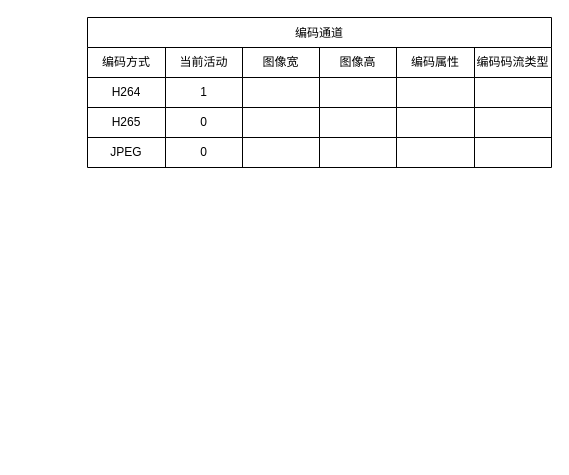
Above: mc6630_venc.drawio in chendong-2023/cmd (draw.io), before the change. Source tidied: cells renumbered, new cells numbered last; positions are measured from the earlier drawing's top-left corner, leaving out a move shared by most shapes. Both pictures are drawn from the tidied source at 100%, with x=0, y=0 at pixel (87, 17).
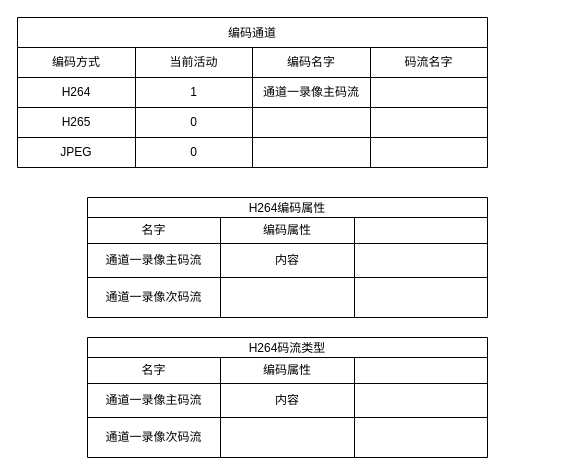
The same diagram, later.

Commit message (it also covers changes not shown here):
更新mc6630_venc

The edit, as a diff of the source:
```diff
@@
     <mxCell id="3" value="编码通道" style="shape=table;startSize=30;childLayout=tableLayout;" parent="1" vertex="1">
-      <mxGeometry width="464" height="150" as="geometry" />
+      <mxGeometry x="-70" width="470" height="150" as="geometry" />
     </mxCell>
     <mxCell id="4" style="shape=tableRow;horizontal=0;startSize=0;swimlaneHead=0;swimlaneBody=0;strokeColor=inherit;top=0;left=0;bottom=0;right=0;fillColor=none;" parent="3" vertex="1">
-      <mxGeometry y="30" width="464" height="30" as="geometry" />
+      <mxGeometry y="30" width="470" height="30" as="geometry" />
     </mxCell>
     <mxCell id="5" value="编码方式" style="shape=partialRectangle;html=1;whiteSpace=wrap;strokeColor=inherit;overflow=hidden;fillColor=none;top=0;left=0;bottom=0;right=0;" parent="4" vertex="1">
-      <mxGeometry width="78" height="30" as="geometry" />
+      <mxGeometry width="118" height="30" as="geometry" />
     </mxCell>
     <mxCell id="6" value="当前活动" style="shape=partialRectangle;html=1;whiteSpace=wrap;strokeColor=inherit;overflow=hidden;fillColor=none;top=0;left=0;bottom=0;right=0;" parent="4" vertex="1">
-      <mxGeometry x="78" width="77" height="30" as="geometry" />
+      <mxGeometry x="118" width="117" height="30" as="geometry" />
     </mxCell>
-    <mxCell id="7" value="图像宽" style="shape=partialRectangle;html=1;whiteSpace=wrap;strokeColor=inherit;overflow=hidden;fillColor=none;top=0;left=0;bottom=0;right=0;" parent="4" vertex="1">
-      <mxGeometry x="155" width="77" height="30" as="geometry" />
-    </mxCell>
-    <mxCell id="8" value="图像高" style="shape=partialRectangle;html=1;whiteSpace=wrap;strokeColor=inherit;overflow=hidden;fillColor=none;top=0;left=0;bottom=0;right=0;" parent="4" vertex="1">
-      <mxGeometry x="232" width="77" height="30" as="geometry" />
-    </mxCell>
-    <mxCell id="9" value="编码属性" style="shape=partialRectangle;html=1;whiteSpace=wrap;strokeColor=inherit;overflow=hidden;fillColor=none;top=0;left=0;bottom=0;right=0;" parent="4" vertex="1">
-      <mxGeometry x="309" width="78" height="30" as="geometry" />
+    <mxCell id="9" value="编码名字" style="shape=partialRectangle;html=1;whiteSpace=wrap;strokeColor=inherit;overflow=hidden;fillColor=none;top=0;left=0;bottom=0;right=0;" parent="4" vertex="1">
+      <mxGeometry x="235" width="118" height="30" as="geometry" />
     </mxCell>
-    <mxCell id="10" value="编码码流类型" style="shape=partialRectangle;html=1;whiteSpace=wrap;strokeColor=inherit;overflow=hidden;fillColor=none;top=0;left=0;bottom=0;right=0;" parent="4" vertex="1">
-      <mxGeometry x="387" width="77" height="30" as="geometry" />
+    <mxCell id="10" value="码流名字" style="shape=partialRectangle;html=1;whiteSpace=wrap;strokeColor=inherit;overflow=hidden;fillColor=none;top=0;left=0;bottom=0;right=0;" parent="4" vertex="1">
+      <mxGeometry x="353" width="117" height="30" as="geometry" />
     </mxCell>
     <mxCell id="11" style="shape=tableRow;horizontal=0;startSize=0;swimlaneHead=0;swimlaneBody=0;strokeColor=inherit;top=0;left=0;bottom=0;right=0;fillColor=none;" parent="3" vertex="1">
-      <mxGeometry y="60" width="464" height="30" as="geometry" />
+      <mxGeometry y="60" width="470" height="30" as="geometry" />
     </mxCell>
     <mxCell id="12" value="H264" style="shape=partialRectangle;html=1;whiteSpace=wrap;strokeColor=inherit;overflow=hidden;fillColor=none;top=0;left=0;bottom=0;right=0;" parent="11" vertex="1">
-      <mxGeometry width="78" height="30" as="geometry" />
+      <mxGeometry width="118" height="30" as="geometry" />
     </mxCell>
     <mxCell id="13" value="1" style="shape=partialRectangle;html=1;whiteSpace=wrap;strokeColor=inherit;overflow=hidden;fillColor=none;top=0;left=0;bottom=0;right=0;" parent="11" vertex="1">
-      <mxGeometry x="78" width="77" height="30" as="geometry" />
+      <mxGeometry x="118" width="117" height="30" as="geometry" />
     </mxCell>
-    <mxCell id="14" style="shape=partialRectangle;html=1;whiteSpace=wrap;strokeColor=inherit;overflow=hidden;fillColor=none;top=0;left=0;bottom=0;right=0;" parent="11" vertex="1">
-      <mxGeometry x="155" width="77" height="30" as="geometry" />
-    </mxCell>
-    <mxCell id="15" style="shape=partialRectangle;html=1;whiteSpace=wrap;strokeColor=inherit;overflow=hidden;fillColor=none;top=0;left=0;bottom=0;right=0;" parent="11" vertex="1">
-      <mxGeometry x="232" width="77" height="30" as="geometry" />
-    </mxCell>
-    <mxCell id="16" style="shape=partialRectangle;html=1;whiteSpace=wrap;strokeColor=inherit;overflow=hidden;fillColor=none;top=0;left=0;bottom=0;right=0;" parent="11" vertex="1">
-      <mxGeometry x="309" width="78" height="30" as="geometry" />
+    <mxCell id="16" value="通道一录像主码流" style="shape=partialRectangle;html=1;whiteSpace=wrap;strokeColor=inherit;overflow=hidden;fillColor=none;top=0;left=0;bottom=0;right=0;" parent="11" vertex="1">
+      <mxGeometry x="235" width="118" height="30" as="geometry" />
     </mxCell>
     <mxCell id="17" style="shape=partialRectangle;html=1;whiteSpace=wrap;strokeColor=inherit;overflow=hidden;fillColor=none;top=0;left=0;bottom=0;right=0;" parent="11" vertex="1">
-      <mxGeometry x="387" width="77" height="30" as="geometry" />
+      <mxGeometry x="353" width="117" height="30" as="geometry" />
     </mxCell>
     <mxCell id="18" style="shape=tableRow;horizontal=0;startSize=0;swimlaneHead=0;swimlaneBody=0;strokeColor=inherit;top=0;left=0;bottom=0;right=0;fillColor=none;" parent="3" vertex="1">
-      <mxGeometry y="90" width="464" height="30" as="geometry" />
+      <mxGeometry y="90" width="470" height="30" as="geometry" />
     </mxCell>
     <mxCell id="19" value="H265" style="shape=partialRectangle;html=1;whiteSpace=wrap;strokeColor=inherit;overflow=hidden;fillColor=none;top=0;left=0;bottom=0;right=0;" parent="18" vertex="1">
-      <mxGeometry width="78" height="30" as="geometry" />
+      <mxGeometry width="118" height="30" as="geometry" />
     </mxCell>
     <mxCell id="20" value="0" style="shape=partialRectangle;html=1;whiteSpace=wrap;strokeColor=inherit;overflow=hidden;fillColor=none;top=0;left=0;bottom=0;right=0;" parent="18" vertex="1">
-      <mxGeometry x="78" width="77" height="30" as="geometry" />
+      <mxGeometry x="118" width="117" height="30" as="geometry" />
     </mxCell>
-    <mxCell id="21" style="shape=partialRectangle;html=1;whiteSpace=wrap;strokeColor=inherit;overflow=hidden;fillColor=none;top=0;left=0;bottom=0;right=0;" parent="18" vertex="1">
-      <mxGeometry x="155" width="77" height="30" as="geometry" />
-    </mxCell>
-    <mxCell id="22" style="shape=partialRectangle;html=1;whiteSpace=wrap;strokeColor=inherit;overflow=hidden;fillColor=none;top=0;left=0;bottom=0;right=0;" parent="18" vertex="1">
-      <mxGeometry x="232" width="77" height="30" as="geometry" />
-    </mxCell>
     <mxCell id="23" style="shape=partialRectangle;html=1;whiteSpace=wrap;strokeColor=inherit;overflow=hidden;fillColor=none;top=0;left=0;bottom=0;right=0;" parent="18" vertex="1">
-      <mxGeometry x="309" width="78" height="30" as="geometry" />
+      <mxGeometry x="235" width="118" height="30" as="geometry" />
     </mxCell>
     <mxCell id="24" style="shape=partialRectangle;html=1;whiteSpace=wrap;strokeColor=inherit;overflow=hidden;fillColor=none;top=0;left=0;bottom=0;right=0;" parent="18" vertex="1">
-      <mxGeometry x="387" width="77" height="30" as="geometry" />
+      <mxGeometry x="353" width="117" height="30" as="geometry" />
     </mxCell>
     <mxCell id="25" style="shape=tableRow;horizontal=0;startSize=0;swimlaneHead=0;swimlaneBody=0;strokeColor=inherit;top=0;left=0;bottom=0;right=0;fillColor=none;" parent="3" vertex="1">
-      <mxGeometry y="120" width="464" height="30" as="geometry" />
+      <mxGeometry y="120" width="470" height="30" as="geometry" />
     </mxCell>
     <mxCell id="26" value="JPEG" style="shape=partialRectangle;html=1;whiteSpace=wrap;strokeColor=inherit;overflow=hidden;fillColor=none;top=0;left=0;bottom=0;right=0;" parent="25" vertex="1">
-      <mxGeometry width="78" height="30" as="geometry" />
+      <mxGeometry width="118" height="30" as="geometry" />
     </mxCell>
     <mxCell id="27" value="0" style="shape=partialRectangle;html=1;whiteSpace=wrap;strokeColor=inherit;overflow=hidden;fillColor=none;top=0;left=0;bottom=0;right=0;" parent="25" vertex="1">
-      <mxGeometry x="78" width="77" height="30" as="geometry" />
+      <mxGeometry x="118" width="117" height="30" as="geometry" />
     </mxCell>
-    <mxCell id="28" style="shape=partialRectangle;html=1;whiteSpace=wrap;strokeColor=inherit;overflow=hidden;fillColor=none;top=0;left=0;bottom=0;right=0;" parent="25" vertex="1">
-      <mxGeometry x="155" width="77" height="30" as="geometry" />
-    </mxCell>
-    <mxCell id="29" style="shape=partialRectangle;html=1;whiteSpace=wrap;strokeColor=inherit;overflow=hidden;fillColor=none;top=0;left=0;bottom=0;right=0;" parent="25" vertex="1">
-      <mxGeometry x="232" width="77" height="30" as="geometry" />
-    </mxCell>
     <mxCell id="30" style="shape=partialRectangle;html=1;whiteSpace=wrap;strokeColor=inherit;overflow=hidden;fillColor=none;top=0;left=0;bottom=0;right=0;" parent="25" vertex="1">
-      <mxGeometry x="309" width="78" height="30" as="geometry" />
+      <mxGeometry x="235" width="118" height="30" as="geometry" />
     </mxCell>
     <mxCell id="31" style="shape=partialRectangle;html=1;whiteSpace=wrap;strokeColor=inherit;overflow=hidden;fillColor=none;top=0;left=0;bottom=0;right=0;" parent="25" vertex="1">
-      <mxGeometry x="387" width="77" height="30" as="geometry" />
+      <mxGeometry x="353" width="117" height="30" as="geometry" />
     </mxCell>
+    <mxCell id="32" value="H264编码属性" style="shape=table;startSize=20;childLayout=tableLayout;" parent="1" vertex="1">
+      <mxGeometry y="180" width="400" height="120" as="geometry" />
+    </mxCell>
+    <mxCell id="33" style="shape=tableRow;horizontal=0;startSize=0;swimlaneHead=0;swimlaneBody=0;strokeColor=inherit;top=0;left=0;bottom=0;right=0;fillColor=none;" parent="32" vertex="1">
+      <mxGeometry y="20" width="400" height="26" as="geometry" />
+    </mxCell>
+    <mxCell id="34" value="名字" style="shape=partialRectangle;html=1;whiteSpace=wrap;strokeColor=inherit;overflow=hidden;fillColor=none;top=0;left=0;bottom=0;right=0;" parent="33" vertex="1">
+      <mxGeometry width="133" height="26" as="geometry" />
+    </mxCell>
+    <mxCell id="35" value="编码属性" style="shape=partialRectangle;html=1;whiteSpace=wrap;strokeColor=inherit;overflow=hidden;fillColor=none;top=0;left=0;bottom=0;right=0;" parent="33" vertex="1">
+      <mxGeometry x="133" width="134" height="26" as="geometry" />
+    </mxCell>
+    <mxCell id="36" style="shape=partialRectangle;html=1;whiteSpace=wrap;strokeColor=inherit;overflow=hidden;fillColor=none;top=0;left=0;bottom=0;right=0;" parent="33" vertex="1">
+      <mxGeometry x="267" width="133" height="26" as="geometry" />
+    </mxCell>
+    <mxCell id="37" style="shape=tableRow;horizontal=0;startSize=0;swimlaneHead=0;swimlaneBody=0;strokeColor=inherit;top=0;left=0;bottom=0;right=0;fillColor=none;" parent="32" vertex="1">
+      <mxGeometry y="46" width="400" height="34" as="geometry" />
+    </mxCell>
+    <mxCell id="38" value="通道一录像主码流" style="shape=partialRectangle;html=1;whiteSpace=wrap;strokeColor=inherit;overflow=hidden;fillColor=none;top=0;left=0;bottom=0;right=0;" parent="37" vertex="1">
+      <mxGeometry width="133" height="34" as="geometry" />
+    </mxCell>
+    <mxCell id="39" value="内容" style="shape=partialRectangle;html=1;whiteSpace=wrap;strokeColor=inherit;overflow=hidden;fillColor=none;top=0;left=0;bottom=0;right=0;" parent="37" vertex="1">
+      <mxGeometry x="133" width="134" height="34" as="geometry" />
+    </mxCell>
+    <mxCell id="40" style="shape=partialRectangle;html=1;whiteSpace=wrap;strokeColor=inherit;overflow=hidden;fillColor=none;top=0;left=0;bottom=0;right=0;" parent="37" vertex="1">
+      <mxGeometry x="267" width="133" height="34" as="geometry" />
+    </mxCell>
+    <mxCell id="41" style="shape=tableRow;horizontal=0;startSize=0;swimlaneHead=0;swimlaneBody=0;strokeColor=inherit;top=0;left=0;bottom=0;right=0;fillColor=none;" parent="32" vertex="1">
+      <mxGeometry y="80" width="400" height="40" as="geometry" />
+    </mxCell>
+    <mxCell id="42" value="通道一录像次码流" style="shape=partialRectangle;html=1;whiteSpace=wrap;strokeColor=inherit;overflow=hidden;fillColor=none;top=0;left=0;bottom=0;right=0;" parent="41" vertex="1">
+      <mxGeometry width="133" height="40" as="geometry" />
+    </mxCell>
+    <mxCell id="43" style="shape=partialRectangle;html=1;whiteSpace=wrap;strokeColor=inherit;overflow=hidden;fillColor=none;top=0;left=0;bottom=0;right=0;" parent="41" vertex="1">
+      <mxGeometry x="133" width="134" height="40" as="geometry" />
+    </mxCell>
+    <mxCell id="44" style="shape=partialRectangle;html=1;whiteSpace=wrap;strokeColor=inherit;overflow=hidden;fillColor=none;top=0;left=0;bottom=0;right=0;" parent="41" vertex="1">
+      <mxGeometry x="267" width="133" height="40" as="geometry" />
+    </mxCell>
+    <mxCell id="45" value="H264码流类型" style="shape=table;startSize=20;childLayout=tableLayout;" parent="1" vertex="1">
+      <mxGeometry y="320" width="400" height="120" as="geometry" />
+    </mxCell>
+    <mxCell id="46" style="shape=tableRow;horizontal=0;startSize=0;swimlaneHead=0;swimlaneBody=0;strokeColor=inherit;top=0;left=0;bottom=0;right=0;fillColor=none;" parent="45" vertex="1">
+      <mxGeometry y="20" width="400" height="26" as="geometry" />
+    </mxCell>
+    <mxCell id="47" value="名字" style="shape=partialRectangle;html=1;whiteSpace=wrap;strokeColor=inherit;overflow=hidden;fillColor=none;top=0;left=0;bottom=0;right=0;" parent="46" vertex="1">
+      <mxGeometry width="133" height="26" as="geometry" />
+    </mxCell>
+    <mxCell id="48" value="编码属性" style="shape=partialRectangle;html=1;whiteSpace=wrap;strokeColor=inherit;overflow=hidden;fillColor=none;top=0;left=0;bottom=0;right=0;" parent="46" vertex="1">
+      <mxGeometry x="133" width="134" height="26" as="geometry" />
+    </mxCell>
+    <mxCell id="49" style="shape=partialRectangle;html=1;whiteSpace=wrap;strokeColor=inherit;overflow=hidden;fillColor=none;top=0;left=0;bottom=0;right=0;" parent="46" vertex="1">
+      <mxGeometry x="267" width="133" height="26" as="geometry" />
+    </mxCell>
+    <mxCell id="50" style="shape=tableRow;horizontal=0;startSize=0;swimlaneHead=0;swimlaneBody=0;strokeColor=inherit;top=0;left=0;bottom=0;right=0;fillColor=none;" parent="45" vertex="1">
+      <mxGeometry y="46" width="400" height="34" as="geometry" />
+    </mxCell>
+    <mxCell id="51" value="通道一录像主码流" style="shape=partialRectangle;html=1;whiteSpace=wrap;strokeColor=inherit;overflow=hidden;fillColor=none;top=0;left=0;bottom=0;right=0;" parent="50" vertex="1">
+      <mxGeometry width="133" height="34" as="geometry" />
+    </mxCell>
+    <mxCell id="52" value="内容" style="shape=partialRectangle;html=1;whiteSpace=wrap;strokeColor=inherit;overflow=hidden;fillColor=none;top=0;left=0;bottom=0;right=0;" parent="50" vertex="1">
+      <mxGeometry x="133" width="134" height="34" as="geometry" />
+    </mxCell>
+    <mxCell id="53" style="shape=partialRectangle;html=1;whiteSpace=wrap;strokeColor=inherit;overflow=hidden;fillColor=none;top=0;left=0;bottom=0;right=0;" parent="50" vertex="1">
+      <mxGeometry x="267" width="133" height="34" as="geometry" />
+    </mxCell>
+    <mxCell id="54" style="shape=tableRow;horizontal=0;startSize=0;swimlaneHead=0;swimlaneBody=0;strokeColor=inherit;top=0;left=0;bottom=0;right=0;fillColor=none;" parent="45" vertex="1">
+      <mxGeometry y="80" width="400" height="40" as="geometry" />
+    </mxCell>
+    <mxCell id="55" value="通道一录像次码流" style="shape=partialRectangle;html=1;whiteSpace=wrap;strokeColor=inherit;overflow=hidden;fillColor=none;top=0;left=0;bottom=0;right=0;" parent="54" vertex="1">
+      <mxGeometry width="133" height="40" as="geometry" />
+    </mxCell>
+    <mxCell id="56" style="shape=partialRectangle;html=1;whiteSpace=wrap;strokeColor=inherit;overflow=hidden;fillColor=none;top=0;left=0;bottom=0;right=0;" parent="54" vertex="1">
+      <mxGeometry x="133" width="134" height="40" as="geometry" />
+    </mxCell>
+    <mxCell id="57" style="shape=partialRectangle;html=1;whiteSpace=wrap;strokeColor=inherit;overflow=hidden;fillColor=none;top=0;left=0;bottom=0;right=0;" parent="54" vertex="1">
+      <mxGeometry x="267" width="133" height="40" as="geometry" />
+    </mxCell>
```
